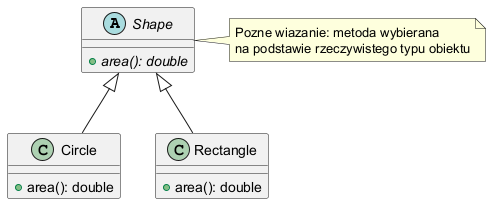
Before: 02_OOP/src/_03-dziedziczenie/05-wiazanie-dynamiczne/diagrams/dynamic_binding.png, a diagram exported from PlantUML (tborzyszkowski/oop-concepts-java).
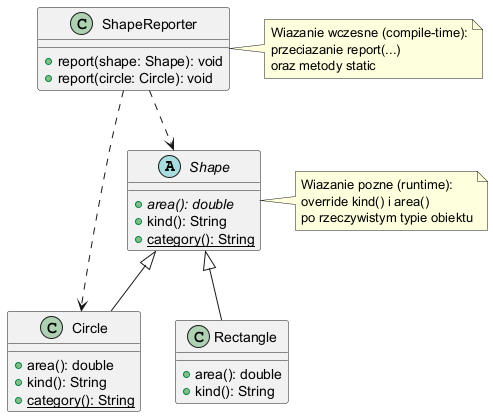
The same diagram one commit later.

Commit message:
Enhance dynamic binding example: add kind() and category() methods, implement ShapeReporter, and update README for clarity on early and late binding concepts

The edit, as a diff of the source:
```diff
@@ -1,17 +1,34 @@
 @startuml
 abstract class Shape {
   {abstract} +area(): double
+  +kind(): String
+  {static} +category(): String
 }
 class Circle {
   +area(): double
+  +kind(): String
+  {static} +category(): String
 }
 class Rectangle {
   +area(): double
+  +kind(): String
+}
+class ShapeReporter {
+  +report(shape: Shape): void
+  +report(circle: Circle): void
 }
 Shape <|-- Circle
 Shape <|-- Rectangle
+ShapeReporter ..> Shape
+ShapeReporter ..> Circle
+note right of ShapeReporter
+Wiazanie wczesne (compile-time):
+przeciazanie report(...)
+oraz metody static
+end note
 note right of Shape
-Pozne wiazanie: metoda wybierana
-na podstawie rzeczywistego typu obiektu
+Wiazanie pozne (runtime):
+override kind() i area()
+po rzeczywistym typie obiektu
 end note
 @enduml
```
